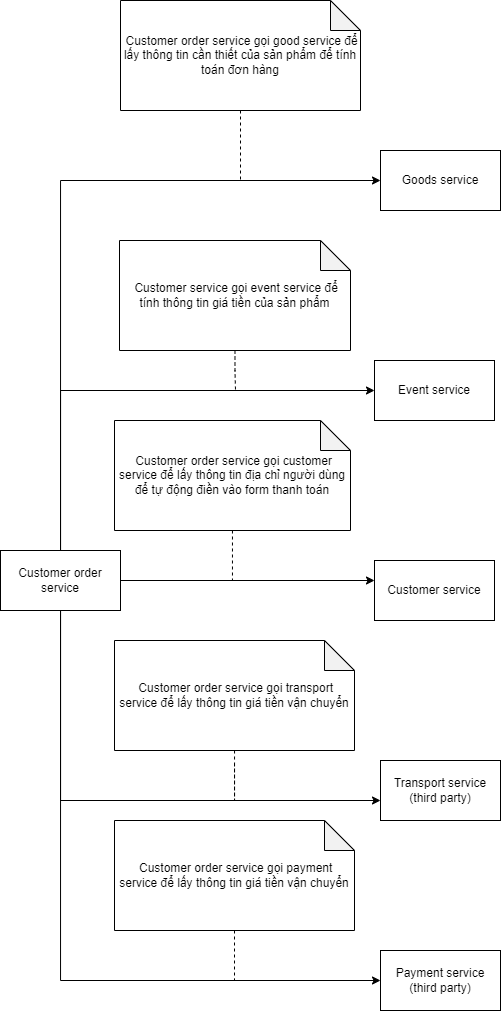
This is img/Architecture/service/customer-order-call.png from hienbui-iwrp/DACN_report, a draw.io export, as it was before one commit. Source tidied: cells renumbered, new cells last; positions are measured from the earlier drawing's top-left corner, leaving out a move shared by most shapes. Source of this version:
```xml
<mxGraphModel>
  <root>
    <mxCell id="0" />
    <mxCell id="1" parent="0" />
    <mxCell id="2" style="edgeStyle=orthogonalEdgeStyle;rounded=0;jettySize=auto;html=1;startArrow=none;startFill=0;endArrow=none;endFill=0;dashed=1;align=center;horizontal=1;" parent="1" edge="1" source="3">
      <mxGeometry relative="1" as="geometry">
        <mxPoint x="234" y="580" as="targetPoint" />
        <Array as="points">
          <mxPoint x="232" y="580" />
        </Array>
      </mxGeometry>
    </mxCell>
    <mxCell id="3" value="&amp;nbsp;Customer order service gọi customer service để lấy thông tin địa chỉ người dùng để tự động điền vào form thanh toán" style="shape=note;whiteSpace=wrap;html=1;backgroundOutline=1;darkOpacity=0.05;align=center;horizontal=1;" parent="1" vertex="1">
      <mxGeometry x="114" y="420" width="236" height="110" as="geometry" />
    </mxCell>
    <mxCell id="4" style="edgeStyle=orthogonalEdgeStyle;rounded=0;jettySize=auto;html=1;endArrow=classic;endFill=1;" parent="1" edge="1" source="22" target="5">
      <mxGeometry relative="1" as="geometry">
        <Array as="points">
          <mxPoint x="74" y="590" />
        </Array>
      </mxGeometry>
    </mxCell>
    <mxCell id="5" value="Customer service" style="rounded=0;whiteSpace=wrap;html=1;" parent="1" vertex="1">
      <mxGeometry x="374" y="560" width="120" height="60" as="geometry" />
    </mxCell>
    <mxCell id="6" value="Transport service&lt;br&gt;(third party)" style="rounded=0;whiteSpace=wrap;html=1;" parent="1" vertex="1">
      <mxGeometry x="380" y="760" width="120" height="60" as="geometry" />
    </mxCell>
    <mxCell id="7" style="edgeStyle=orthogonalEdgeStyle;rounded=0;jettySize=auto;html=1;startArrow=none;startFill=0;" parent="1" edge="1" source="22" target="6">
      <mxGeometry relative="1" as="geometry">
        <Array as="points">
          <mxPoint x="60" y="800" />
        </Array>
      </mxGeometry>
    </mxCell>
    <mxCell id="8" style="edgeStyle=orthogonalEdgeStyle;rounded=0;jettySize=auto;html=1;dashed=1;startArrow=none;startFill=0;endArrow=none;endFill=0;align=center;horizontal=1;" parent="1" edge="1" source="9">
      <mxGeometry relative="1" as="geometry">
        <mxPoint x="234" y="760" as="targetPoint" />
        <Array as="points">
          <mxPoint x="234" y="800" />
          <mxPoint x="234" y="800" />
        </Array>
      </mxGeometry>
    </mxCell>
    <mxCell id="9" value="&amp;nbsp;Customer order service gọi transport service để lấy thông tin giá tiền vận chuyển" style="shape=note;whiteSpace=wrap;html=1;backgroundOutline=1;darkOpacity=0.05;align=center;horizontal=1;" parent="1" vertex="1">
      <mxGeometry x="114" y="640" width="240" height="110" as="geometry" />
    </mxCell>
    <mxCell id="10" value="Payment service&lt;br&gt;(third party)" style="rounded=0;whiteSpace=wrap;html=1;" parent="1" vertex="1">
      <mxGeometry x="380" y="950" width="120" height="60" as="geometry" />
    </mxCell>
    <mxCell id="11" style="edgeStyle=orthogonalEdgeStyle;rounded=0;jettySize=auto;html=1;startArrow=none;startFill=0;" parent="1" edge="1" source="22" target="10">
      <mxGeometry relative="1" as="geometry">
        <Array as="points">
          <mxPoint x="60" y="980" />
        </Array>
      </mxGeometry>
    </mxCell>
    <mxCell id="12" style="edgeStyle=orthogonalEdgeStyle;rounded=0;jettySize=auto;html=1;dashed=1;startArrow=none;startFill=0;endArrow=none;endFill=0;align=center;horizontal=1;" parent="1" edge="1" source="13">
      <mxGeometry relative="1" as="geometry">
        <mxPoint x="234" y="980" as="targetPoint" />
      </mxGeometry>
    </mxCell>
    <mxCell id="13" value="&amp;nbsp;Customer order service gọi payment service để lấy thông tin giá tiền vận chuyển" style="shape=note;whiteSpace=wrap;html=1;backgroundOutline=1;darkOpacity=0.05;align=center;horizontal=1;" parent="1" vertex="1">
      <mxGeometry x="114" y="820" width="240" height="110" as="geometry" />
    </mxCell>
    <mxCell id="14" style="edgeStyle=orthogonalEdgeStyle;rounded=0;jettySize=auto;html=1;startArrow=none;startFill=0;endArrow=none;endFill=0;dashed=1;align=center;horizontal=1;" parent="1" edge="1" source="15">
      <mxGeometry relative="1" as="geometry">
        <mxPoint x="240" y="180" as="targetPoint" />
      </mxGeometry>
    </mxCell>
    <mxCell id="15" value="&amp;nbsp;Customer order service gọi good service để lấy thông tin cần thiết của sản phẩm để tính toán đơn hàng" style="shape=note;whiteSpace=wrap;html=1;backgroundOutline=1;darkOpacity=0.05;align=center;horizontal=1;" parent="1" vertex="1">
      <mxGeometry x="120" width="240" height="110" as="geometry" />
    </mxCell>
    <mxCell id="16" style="edgeStyle=orthogonalEdgeStyle;rounded=0;jettySize=auto;html=1;startArrow=none;startFill=0;" parent="1" edge="1" source="22" target="17">
      <mxGeometry relative="1" as="geometry">
        <Array as="points">
          <mxPoint x="60" y="180" />
        </Array>
      </mxGeometry>
    </mxCell>
    <mxCell id="17" value="Goods service" style="rounded=0;whiteSpace=wrap;html=1;" parent="1" vertex="1">
      <mxGeometry x="380" y="150" width="120" height="60" as="geometry" />
    </mxCell>
    <mxCell id="18" value="Event service" style="rounded=0;whiteSpace=wrap;html=1;" parent="1" vertex="1">
      <mxGeometry x="374" y="360" width="120" height="60" as="geometry" />
    </mxCell>
    <mxCell id="19" style="edgeStyle=orthogonalEdgeStyle;rounded=0;jettySize=auto;html=1;startArrow=none;startFill=0;" parent="1" edge="1" source="22" target="18">
      <mxGeometry relative="1" as="geometry">
        <Array as="points">
          <mxPoint x="60" y="390" />
        </Array>
      </mxGeometry>
    </mxCell>
    <mxCell id="20" style="edgeStyle=orthogonalEdgeStyle;rounded=0;jettySize=auto;html=1;dashed=1;startArrow=none;startFill=0;endArrow=none;endFill=0;align=center;horizontal=1;" parent="1" edge="1" source="21">
      <mxGeometry relative="1" as="geometry">
        <mxPoint x="235" y="390" as="targetPoint" />
      </mxGeometry>
    </mxCell>
    <mxCell id="21" value="&amp;nbsp;Customer service gọi event service để tính thông tin giá tiền của sản phẩm" style="shape=note;whiteSpace=wrap;html=1;backgroundOutline=1;darkOpacity=0.05;align=center;horizontal=1;" parent="1" vertex="1">
      <mxGeometry x="119" y="240" width="231" height="110" as="geometry" />
    </mxCell>
    <mxCell id="22" value="Customer order service" style="rounded=0;whiteSpace=wrap;html=1;" parent="1" vertex="1">
      <mxGeometry y="550" width="120" height="60" as="geometry" />
    </mxCell>
  </root>
</mxGraphModel>
```
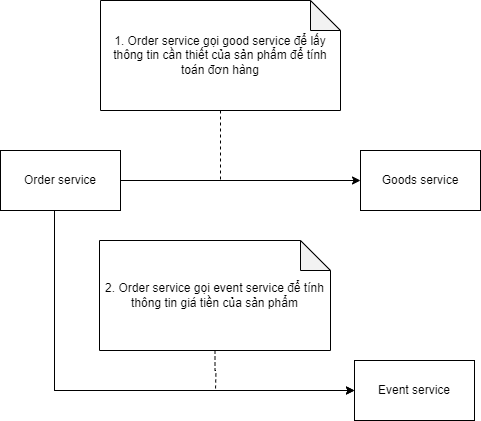
Above is the later version.

Diff of the diagram source:
```diff
@@ -2,105 +2,48 @@
   <root>
     <mxCell id="0" />
     <mxCell id="1" parent="0" />
-    <mxCell id="2" style="edgeStyle=orthogonalEdgeStyle;rounded=0;jettySize=auto;html=1;startArrow=none;startFill=0;endArrow=none;endFill=0;dashed=1;align=center;horizontal=1;" parent="1" edge="1" source="3">
+    <mxCell id="2" style="edgeStyle=orthogonalEdgeStyle;rounded=0;jettySize=auto;html=1;startArrow=none;startFill=0;entryX=0;entryY=0.5;entryDx=0;entryDy=0;" parent="1" edge="1" source="11" target="7">
       <mxGeometry relative="1" as="geometry">
-        <mxPoint x="234" y="580" as="targetPoint" />
         <Array as="points">
-          <mxPoint x="232" y="580" />
+          <mxPoint x="-626" y="420" />
         </Array>
       </mxGeometry>
     </mxCell>
-    <mxCell id="3" value="&amp;nbsp;Customer order service gọi customer service để lấy thông tin địa chỉ người dùng để tự động điền vào form thanh toán" style="shape=note;whiteSpace=wrap;html=1;backgroundOutline=1;darkOpacity=0.05;align=center;horizontal=1;" parent="1" vertex="1">
-      <mxGeometry x="114" y="420" width="236" height="110" as="geometry" />
+    <mxCell id="3" style="edgeStyle=orthogonalEdgeStyle;rounded=0;jettySize=auto;html=1;startArrow=none;startFill=0;endArrow=none;endFill=0;dashed=1;" parent="1" edge="1" source="4">
+      <mxGeometry relative="1" as="geometry">
+        <mxPoint x="-460" y="210" as="targetPoint" />
+      </mxGeometry>
     </mxCell>
-    <mxCell id="4" style="edgeStyle=orthogonalEdgeStyle;rounded=0;jettySize=auto;html=1;endArrow=classic;endFill=1;" parent="1" edge="1" source="22" target="5">
-      <mxGeometry relative="1" as="geometry">
-        <Array as="points">
-          <mxPoint x="74" y="590" />
-        </Array>
-      </mxGeometry>
+    <mxCell id="4" value="1. Order service gọi good service để lấy thông tin cần thiết của sản phẩm để tính toán đơn hàng" style="shape=note;whiteSpace=wrap;html=1;backgroundOutline=1;darkOpacity=0.05;" parent="1" vertex="1">
+      <mxGeometry x="-580" y="30" width="240" height="110" as="geometry" />
     </mxCell>
-    <mxCell id="5" value="Customer service" style="rounded=0;whiteSpace=wrap;html=1;" parent="1" vertex="1">
-      <mxGeometry x="374" y="560" width="120" height="60" as="geometry" />
+    <mxCell id="5" style="edgeStyle=orthogonalEdgeStyle;rounded=0;jettySize=auto;html=1;startArrow=none;startFill=0;" parent="1" edge="1" source="11" target="6">
+      <mxGeometry relative="1" as="geometry" />
     </mxCell>
-    <mxCell id="6" value="Transport service&lt;br&gt;(third party)" style="rounded=0;whiteSpace=wrap;html=1;" parent="1" vertex="1">
-      <mxGeometry x="380" y="760" width="120" height="60" as="geometry" />
+    <mxCell id="6" value="Goods service" style="rounded=0;whiteSpace=wrap;html=1;" parent="1" vertex="1">
+      <mxGeometry x="-320" y="180" width="120" height="60" as="geometry" />
     </mxCell>
-    <mxCell id="7" style="edgeStyle=orthogonalEdgeStyle;rounded=0;jettySize=auto;html=1;startArrow=none;startFill=0;" parent="1" edge="1" source="22" target="6">
-      <mxGeometry relative="1" as="geometry">
-        <Array as="points">
-          <mxPoint x="60" y="800" />
-        </Array>
-      </mxGeometry>
+    <mxCell id="7" value="Event service" style="rounded=0;whiteSpace=wrap;html=1;" parent="1" vertex="1">
+      <mxGeometry x="-326" y="390" width="120" height="60" as="geometry" />
     </mxCell>
-    <mxCell id="8" style="edgeStyle=orthogonalEdgeStyle;rounded=0;jettySize=auto;html=1;dashed=1;startArrow=none;startFill=0;endArrow=none;endFill=0;align=center;horizontal=1;" parent="1" edge="1" source="9">
+    <mxCell id="8" style="edgeStyle=orthogonalEdgeStyle;rounded=0;jettySize=auto;html=1;startArrow=none;startFill=0;" parent="1" edge="1" target="7">
       <mxGeometry relative="1" as="geometry">
-        <mxPoint x="234" y="760" as="targetPoint" />
+        <mxPoint x="-626" y="240" as="sourcePoint" />
         <Array as="points">
-          <mxPoint x="234" y="800" />
-          <mxPoint x="234" y="800" />
+          <mxPoint x="-626" y="420" />
         </Array>
       </mxGeometry>
     </mxCell>
-    <mxCell id="9" value="&amp;nbsp;Customer order service gọi transport service để lấy thông tin giá tiền vận chuyển" style="shape=note;whiteSpace=wrap;html=1;backgroundOutline=1;darkOpacity=0.05;align=center;horizontal=1;" parent="1" vertex="1">
-      <mxGeometry x="114" y="640" width="240" height="110" as="geometry" />
+    <mxCell id="9" style="edgeStyle=orthogonalEdgeStyle;rounded=0;jettySize=auto;html=1;dashed=1;startArrow=none;startFill=0;endArrow=none;endFill=0;" parent="1" edge="1" source="10">
+      <mxGeometry relative="1" as="geometry">
+        <mxPoint x="-465" y="420" as="targetPoint" />
+      </mxGeometry>
     </mxCell>
-    <mxCell id="10" value="Payment service&lt;br&gt;(third party)" style="rounded=0;whiteSpace=wrap;html=1;" parent="1" vertex="1">
-      <mxGeometry x="380" y="950" width="120" height="60" as="geometry" />
+    <mxCell id="10" value="2. Order service gọi event service để tính thông tin giá tiền của sản phẩm" style="shape=note;whiteSpace=wrap;html=1;backgroundOutline=1;darkOpacity=0.05;" parent="1" vertex="1">
+      <mxGeometry x="-581" y="270" width="231" height="110" as="geometry" />
     </mxCell>
-    <mxCell id="11" style="edgeStyle=orthogonalEdgeStyle;rounded=0;jettySize=auto;html=1;startArrow=none;startFill=0;" parent="1" edge="1" source="22" target="10">
-      <mxGeometry relative="1" as="geometry">
-        <Array as="points">
-          <mxPoint x="60" y="980" />
-        </Array>
-      </mxGeometry>
+    <mxCell id="11" value="Order service" style="rounded=0;whiteSpace=wrap;html=1;" parent="1" vertex="1">
+      <mxGeometry x="-680" y="180" width="120" height="60" as="geometry" />
     </mxCell>
-    <mxCell id="12" style="edgeStyle=orthogonalEdgeStyle;rounded=0;jettySize=auto;html=1;dashed=1;startArrow=none;startFill=0;endArrow=none;endFill=0;align=center;horizontal=1;" parent="1" edge="1" source="13">
-      <mxGeometry relative="1" as="geometry">
-        <mxPoint x="234" y="980" as="targetPoint" />
-      </mxGeometry>
-    </mxCell>
-    <mxCell id="13" value="&amp;nbsp;Customer order service gọi payment service để lấy thông tin giá tiền vận chuyển" style="shape=note;whiteSpace=wrap;html=1;backgroundOutline=1;darkOpacity=0.05;align=center;horizontal=1;" parent="1" vertex="1">
-      <mxGeometry x="114" y="820" width="240" height="110" as="geometry" />
-    </mxCell>
-    <mxCell id="14" style="edgeStyle=orthogonalEdgeStyle;rounded=0;jettySize=auto;html=1;startArrow=none;startFill=0;endArrow=none;endFill=0;dashed=1;align=center;horizontal=1;" parent="1" edge="1" source="15">
-      <mxGeometry relative="1" as="geometry">
-        <mxPoint x="240" y="180" as="targetPoint" />
-      </mxGeometry>
-    </mxCell>
-    <mxCell id="15" value="&amp;nbsp;Customer order service gọi good service để lấy thông tin cần thiết của sản phẩm để tính toán đơn hàng" style="shape=note;whiteSpace=wrap;html=1;backgroundOutline=1;darkOpacity=0.05;align=center;horizontal=1;" parent="1" vertex="1">
-      <mxGeometry x="120" width="240" height="110" as="geometry" />
-    </mxCell>
-    <mxCell id="16" style="edgeStyle=orthogonalEdgeStyle;rounded=0;jettySize=auto;html=1;startArrow=none;startFill=0;" parent="1" edge="1" source="22" target="17">
-      <mxGeometry relative="1" as="geometry">
-        <Array as="points">
-          <mxPoint x="60" y="180" />
-        </Array>
-      </mxGeometry>
-    </mxCell>
-    <mxCell id="17" value="Goods service" style="rounded=0;whiteSpace=wrap;html=1;" parent="1" vertex="1">
-      <mxGeometry x="380" y="150" width="120" height="60" as="geometry" />
-    </mxCell>
-    <mxCell id="18" value="Event service" style="rounded=0;whiteSpace=wrap;html=1;" parent="1" vertex="1">
-      <mxGeometry x="374" y="360" width="120" height="60" as="geometry" />
-    </mxCell>
-    <mxCell id="19" style="edgeStyle=orthogonalEdgeStyle;rounded=0;jettySize=auto;html=1;startArrow=none;startFill=0;" parent="1" edge="1" source="22" target="18">
-      <mxGeometry relative="1" as="geometry">
-        <Array as="points">
-          <mxPoint x="60" y="390" />
-        </Array>
-      </mxGeometry>
-    </mxCell>
-    <mxCell id="20" style="edgeStyle=orthogonalEdgeStyle;rounded=0;jettySize=auto;html=1;dashed=1;startArrow=none;startFill=0;endArrow=none;endFill=0;align=center;horizontal=1;" parent="1" edge="1" source="21">
-      <mxGeometry relative="1" as="geometry">
-        <mxPoint x="235" y="390" as="targetPoint" />
-      </mxGeometry>
-    </mxCell>
-    <mxCell id="21" value="&amp;nbsp;Customer service gọi event service để tính thông tin giá tiền của sản phẩm" style="shape=note;whiteSpace=wrap;html=1;backgroundOutline=1;darkOpacity=0.05;align=center;horizontal=1;" parent="1" vertex="1">
-      <mxGeometry x="119" y="240" width="231" height="110" as="geometry" />
-    </mxCell>
-    <mxCell id="22" value="Customer order service" style="rounded=0;whiteSpace=wrap;html=1;" parent="1" vertex="1">
-      <mxGeometry y="550" width="120" height="60" as="geometry" />
-    </mxCell>
   </root>
 </mxGraphModel>
```
